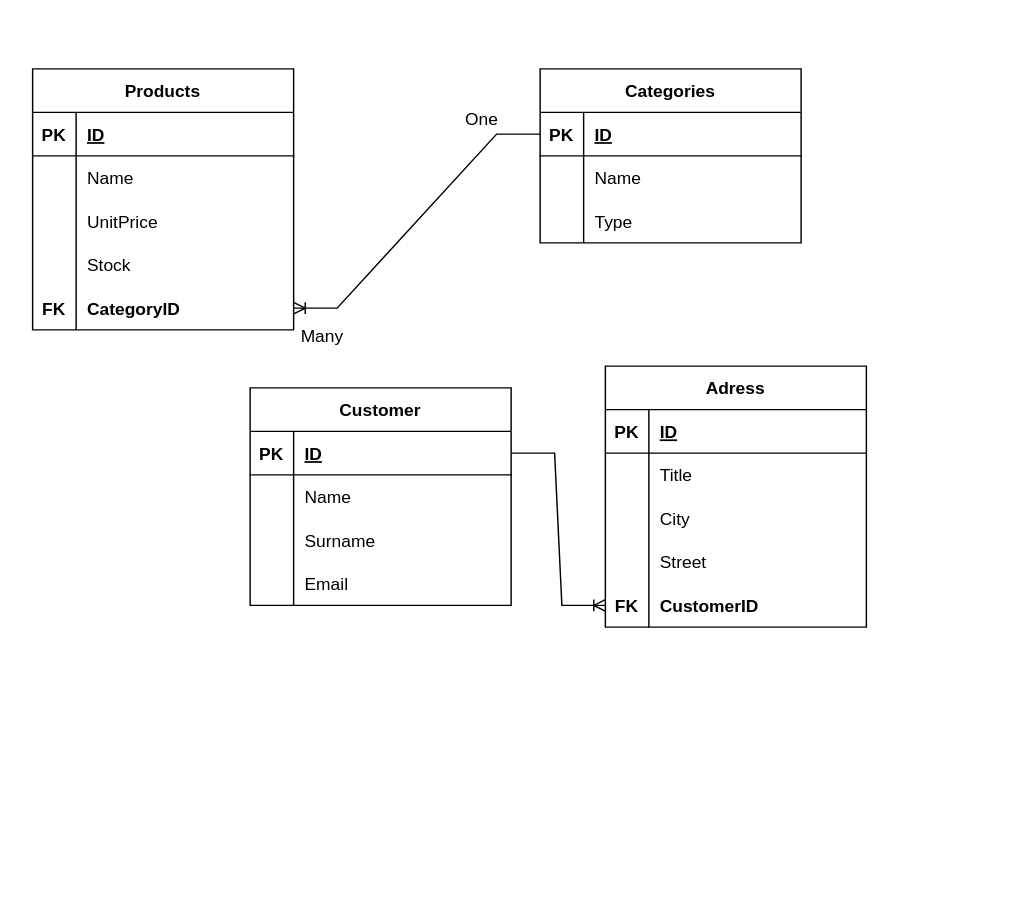
Above: Untitled Diagram.drawio in ZakirMK/Etiya-Akademi (draw.io), before the change. Source tidied: cells renumbered, new cells numbered last; positions are measured from the earlier drawing's top-left corner, leaving out a move shared by most shapes. Both pictures are drawn from the tidied source at 145%, with x=0, y=0 at pixel (32, 68).
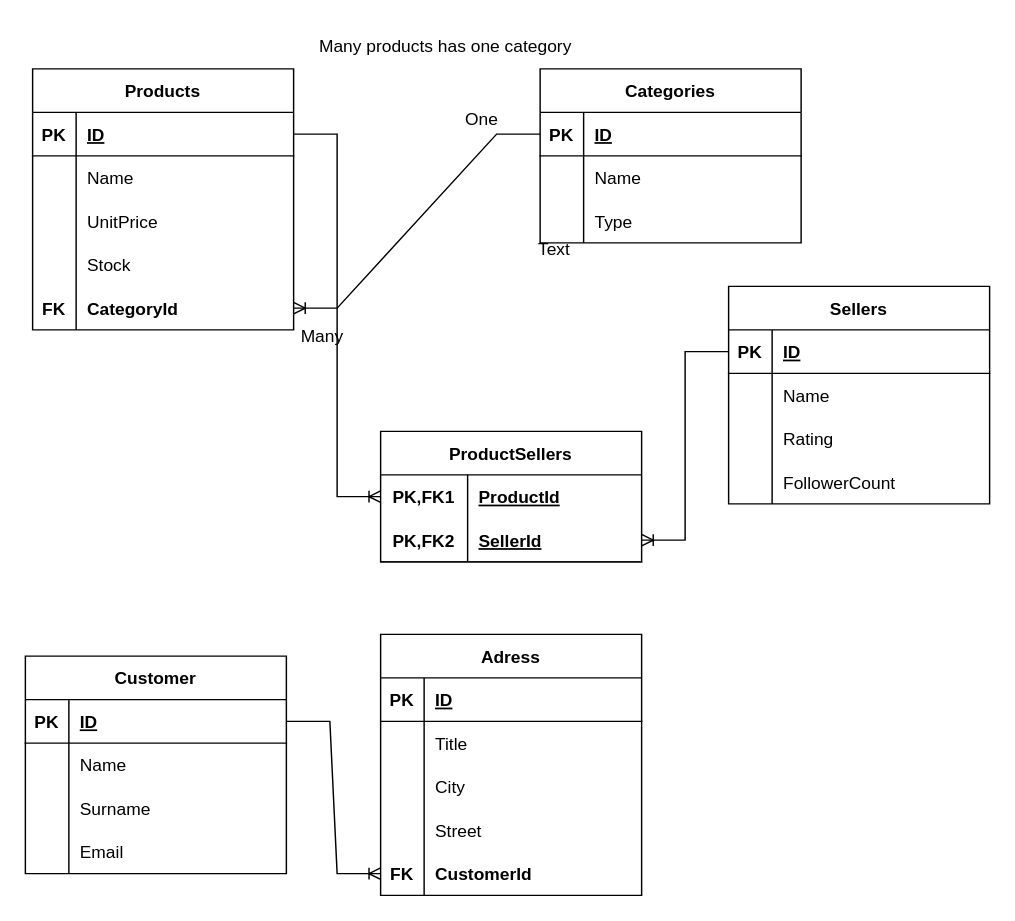
Above is the later version.

Unchanged cells that the change refers to:
```xml
<mxCell id="3" style="shape=tableRow;horizontal=0;startSize=0;swimlaneHead=0;swimlaneBody=0;fillColor=none;points=[[0,0.5],[1,0.5]];portConstraint=eastwest;top=0;left=0;right=0;bottom=1;" parent="2" vertex="1">
  <mxGeometry y="30" width="180" height="30" as="geometry" />
</mxCell>
<mxCell id="15" style="shape=tableRow;horizontal=0;startSize=0;swimlaneHead=0;swimlaneBody=0;fillColor=none;points=[[0,0.5],[1,0.5]];portConstraint=eastwest;top=0;left=0;right=0;bottom=0;" parent="2" vertex="1">
  <mxGeometry y="150" width="180" height="30" as="geometry" />
</mxCell>
<mxCell id="56" style="shape=tableRow;horizontal=0;startSize=0;swimlaneHead=0;swimlaneBody=0;fillColor=none;points=[[0,0.5],[1,0.5]];portConstraint=eastwest;top=0;left=0;right=0;bottom=0;" parent="43" vertex="1">
  <mxGeometry y="150" width="180" height="30" as="geometry" />
</mxCell>
```

The edit, as a diff of the source:
```diff
@@
-    <mxCell id="17" value="CategoryID" style="shape=partialRectangle;fillColor=none;top=0;left=0;bottom=0;right=0;align=left;spacingLeft=6;overflow=hidden;fontStyle=1;" parent="15" vertex="1">
+    <mxCell id="17" value="CategoryId" style="shape=partialRectangle;fillColor=none;top=0;left=0;bottom=0;right=0;align=left;spacingLeft=6;overflow=hidden;fontStyle=1;" parent="15" vertex="1">
       <mxGeometry x="30" width="150" height="30" as="geometry" />
     </mxCell>
@@
     <mxCell id="30" value="Customer" style="shape=table;startSize=30;childLayout=tableLayout;rowLines=0;fontStyle=1;align=center;" parent="1" vertex="1">
-      <mxGeometry x="150" y="220" width="180" height="150" as="geometry" />
+      <mxGeometry x="-5" y="405" width="180" height="150" as="geometry" />
     </mxCell>
@@
     <mxCell id="43" value="Adress" style="shape=table;startSize=30;childLayout=tableLayout;rowLines=0;fontStyle=1;align=center;" parent="1" vertex="1">
-      <mxGeometry x="395" y="205" width="180" height="180" as="geometry" />
+      <mxGeometry x="240" y="390" width="180" height="180" as="geometry" />
     </mxCell>
@@
-    <mxCell id="58" value="CustomerID" style="shape=partialRectangle;fillColor=none;top=0;left=0;bottom=0;right=0;align=left;spacingLeft=6;overflow=hidden;fontStyle=1;" parent="56" vertex="1">
+    <mxCell id="58" value="CustomerId" style="shape=partialRectangle;fillColor=none;top=0;left=0;bottom=0;right=0;align=left;spacingLeft=6;overflow=hidden;fontStyle=1;" parent="56" vertex="1">
       <mxGeometry x="30" width="150" height="30" as="geometry" />
     </mxCell>
@@
+    <mxCell id="61" value="Sellers" style="shape=table;startSize=30;childLayout=tableLayout;rowLines=0;fontStyle=1;align=center;" parent="1" vertex="1">
+      <mxGeometry x="480" y="150" width="180" height="150" as="geometry" />
+    </mxCell>
+    <mxCell id="62" style="shape=tableRow;horizontal=0;startSize=0;swimlaneHead=0;swimlaneBody=0;fillColor=none;points=[[0,0.5],[1,0.5]];portConstraint=eastwest;top=0;left=0;right=0;bottom=1;" parent="61" vertex="1">
+      <mxGeometry y="30" width="180" height="30" as="geometry" />
+    </mxCell>
+    <mxCell id="63" value="PK" style="shape=partialRectangle;fillColor=none;top=0;left=0;bottom=0;right=0;fontStyle=1;overflow=hidden;" parent="62" vertex="1">
+      <mxGeometry width="30" height="30" as="geometry" />
+    </mxCell>
+    <mxCell id="64" value="ID" style="shape=partialRectangle;fillColor=none;top=0;left=0;bottom=0;right=0;align=left;spacingLeft=6;fontStyle=5;overflow=hidden;" parent="62" vertex="1">
+      <mxGeometry x="30" width="150" height="30" as="geometry" />
+    </mxCell>
+    <mxCell id="65" style="shape=tableRow;horizontal=0;startSize=0;swimlaneHead=0;swimlaneBody=0;fillColor=none;top=0;left=0;right=0;bottom=0;" parent="61" vertex="1">
+      <mxGeometry y="60" width="180" height="30" as="geometry" />
+    </mxCell>
+    <mxCell id="66" style="shape=partialRectangle;fillColor=none;top=0;left=0;bottom=0;right=0;overflow=hidden;" parent="65" vertex="1">
+      <mxGeometry width="30" height="30" as="geometry" />
+    </mxCell>
+    <mxCell id="67" value="Name" style="shape=partialRectangle;fillColor=none;top=0;left=0;bottom=0;right=0;align=left;spacingLeft=6;overflow=hidden;" parent="65" vertex="1">
+      <mxGeometry x="30" width="150" height="30" as="geometry" />
+    </mxCell>
+    <mxCell id="68" style="shape=tableRow;horizontal=0;startSize=0;swimlaneHead=0;swimlaneBody=0;fillColor=none;top=0;left=0;right=0;bottom=0;" parent="61" vertex="1">
+      <mxGeometry y="90" width="180" height="30" as="geometry" />
+    </mxCell>
+    <mxCell id="69" style="shape=partialRectangle;fillColor=none;top=0;left=0;bottom=0;right=0;overflow=hidden;" parent="68" vertex="1">
+      <mxGeometry width="30" height="30" as="geometry" />
+    </mxCell>
+    <mxCell id="70" value="Rating" style="shape=partialRectangle;fillColor=none;top=0;left=0;bottom=0;right=0;align=left;spacingLeft=6;overflow=hidden;" parent="68" vertex="1">
+      <mxGeometry x="30" width="150" height="30" as="geometry" />
+    </mxCell>
+    <mxCell id="71" style="shape=tableRow;horizontal=0;startSize=0;swimlaneHead=0;swimlaneBody=0;fillColor=none;top=0;left=0;right=0;bottom=0;" parent="61" vertex="1">
+      <mxGeometry y="120" width="180" height="30" as="geometry" />
+    </mxCell>
+    <mxCell id="72" style="shape=partialRectangle;fillColor=none;top=0;left=0;bottom=0;right=0;overflow=hidden;" parent="71" vertex="1">
+      <mxGeometry width="30" height="30" as="geometry" />
+    </mxCell>
+    <mxCell id="73" value="FollowerCount" style="shape=partialRectangle;fillColor=none;top=0;left=0;bottom=0;right=0;align=left;spacingLeft=6;overflow=hidden;" parent="71" vertex="1">
+      <mxGeometry x="30" width="150" height="30" as="geometry" />
+    </mxCell>
+    <mxCell id="74" value="ProductSellers" style="shape=table;startSize=30;childLayout=tableLayout;rowLines=0;fontStyle=1;align=center;" parent="1" vertex="1">
+      <mxGeometry x="240" y="250" width="180" height="90" as="geometry" />
+    </mxCell>
+    <mxCell id="75" style="shape=tableRow;horizontal=0;startSize=0;swimlaneHead=0;swimlaneBody=0;fillColor=none;points=[[0,0.5],[1,0.5]];portConstraint=eastwest;top=0;left=0;right=0;bottom=0;" parent="74" vertex="1">
+      <mxGeometry y="30" width="180" height="30" as="geometry" />
+    </mxCell>
+    <mxCell id="76" value="PK,FK1" style="shape=partialRectangle;fillColor=none;top=0;left=0;bottom=0;right=0;fontStyle=1;overflow=hidden;" parent="75" vertex="1">
+      <mxGeometry width="60" height="30" as="geometry" />
+    </mxCell>
+    <mxCell id="77" value="ProductId" style="shape=partialRectangle;fillColor=none;top=0;left=0;bottom=0;right=0;align=left;spacingLeft=6;fontStyle=5;overflow=hidden;" parent="75" vertex="1">
+      <mxGeometry x="60" width="120" height="30" as="geometry" />
+    </mxCell>
+    <mxCell id="78" style="shape=tableRow;horizontal=0;startSize=0;swimlaneHead=0;swimlaneBody=0;fillColor=none;points=[[0,0.5],[1,0.5]];portConstraint=eastwest;top=0;left=0;right=0;bottom=1;" parent="74" vertex="1">
+      <mxGeometry y="60" width="180" height="30" as="geometry" />
+    </mxCell>
+    <mxCell id="79" value="PK,FK2" style="shape=partialRectangle;fillColor=none;top=0;left=0;bottom=0;right=0;fontStyle=1;overflow=hidden;" parent="78" vertex="1">
+      <mxGeometry width="60" height="30" as="geometry" />
+    </mxCell>
+    <mxCell id="80" value="SellerId" style="shape=partialRectangle;fillColor=none;top=0;left=0;bottom=0;right=0;align=left;spacingLeft=6;fontStyle=5;overflow=hidden;" parent="78" vertex="1">
+      <mxGeometry x="60" width="120" height="30" as="geometry" />
+    </mxCell>
+    <mxCell id="81" style="edgeStyle=entityRelationEdgeStyle;fontSize=12;html=1;endArrow=ERoneToMany;rounded=0;exitX=1;exitY=0.5;exitDx=0;exitDy=0;entryX=0;entryY=0.5;entryDx=0;entryDy=0;" parent="1" edge="1" source="3" target="75">
+      <mxGeometry relative="1" as="geometry" />
+    </mxCell>
+    <mxCell id="82" value="Text" style="text;html=1;strokeColor=none;fillColor=none;align=center;verticalAlign=middle;whiteSpace=wrap;rounded=0;" parent="1" vertex="1">
+      <mxGeometry x="330" y="110" width="60" height="30" as="geometry" />
+    </mxCell>
+    <mxCell id="83" value="Many products has one category" style="text;html=1;strokeColor=none;fillColor=none;align=center;verticalAlign=middle;whiteSpace=wrap;rounded=0;" parent="1" vertex="1">
+      <mxGeometry x="170" y="-30" width="230" height="30" as="geometry" />
+    </mxCell>
+    <mxCell id="84" style="edgeStyle=entityRelationEdgeStyle;fontSize=12;html=1;endArrow=ERoneToMany;rounded=0;entryX=1;entryY=0.5;entryDx=0;entryDy=0;exitX=0;exitY=0.5;exitDx=0;exitDy=0;" parent="1" edge="1" source="62" target="78">
+      <mxGeometry relative="1" as="geometry" />
+    </mxCell>
```
